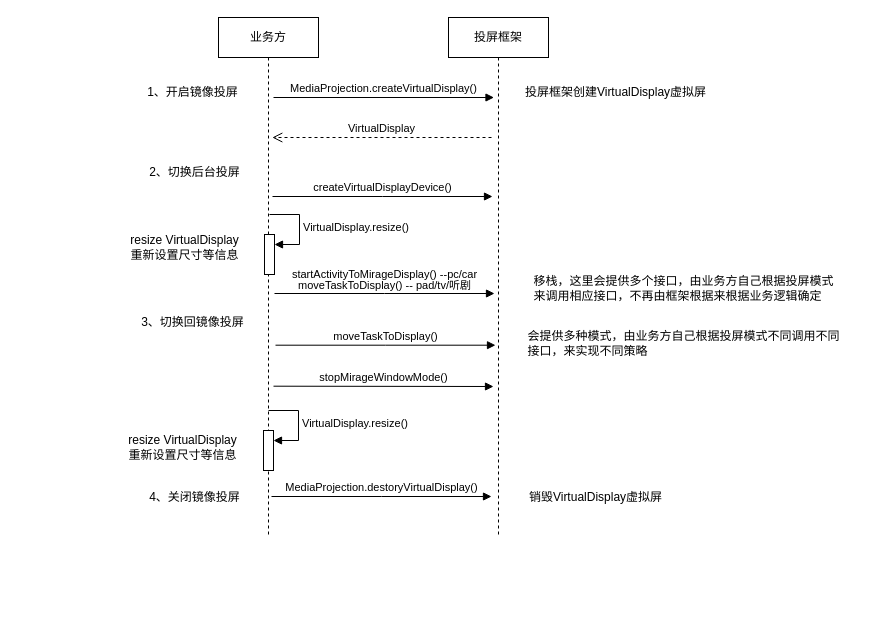
Above: 新投屏方案交互图.drawio in jcj123/- (draw.io), before the change. Source tidied: cells renumbered, new cells numbered last; positions are measured from the earlier drawing's top-left corner, leaving out a move shared by most shapes. Both pictures are drawn from the tidied source at 100%, with x=0, y=0 at pixel (117, 17).
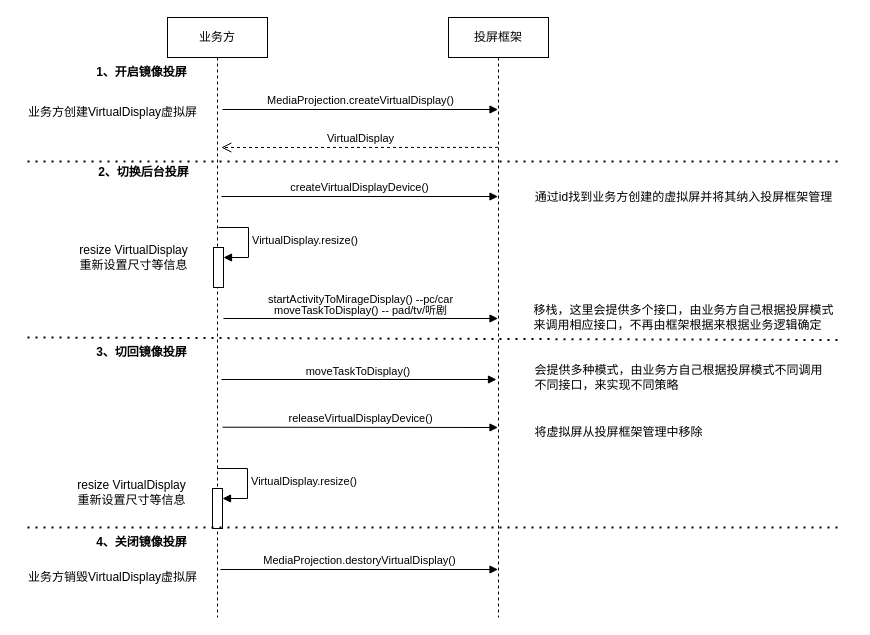
The same page after the edit.

Commit message:
更新新投屏方案交互图.drawio

Diff of the diagram source:
```diff
@@
     <mxCell id="2" value="业务方" style="shape=umlLifeline;perimeter=lifelinePerimeter;whiteSpace=wrap;html=1;newEdgeStyle={&quot;edgeStyle&quot;:&quot;elbowEdgeStyle&quot;,&quot;elbow&quot;:&quot;vertical&quot;,&quot;curved&quot;:0,&quot;rounded&quot;:0};" parent="1" vertex="1">
-      <mxGeometry x="101" width="100" height="520" as="geometry" />
+      <mxGeometry x="50" width="100" height="600" as="geometry" />
     </mxCell>
     <mxCell id="3" style="html=1;points=[];perimeter=orthogonalPerimeter;outlineConnect=0;targetShapes=umlLifeline;portConstraint=eastwest;newEdgeStyle={&quot;edgeStyle&quot;:&quot;elbowEdgeStyle&quot;,&quot;elbow&quot;:&quot;vertical&quot;,&quot;curved&quot;:0,&quot;rounded&quot;:0};" parent="2" vertex="1">
-      <mxGeometry x="46" y="217" width="10" height="40" as="geometry" />
+      <mxGeometry x="46" y="230" width="10" height="40" as="geometry" />
     </mxCell>
     <mxCell id="4" value="VirtualDisplay.resize()" style="html=1;align=left;spacingLeft=2;endArrow=block;rounded=0;edgeStyle=orthogonalEdgeStyle;curved=0;rounded=0;" parent="2" edge="1" target="3">
       <mxGeometry relative="1" as="geometry">
-        <mxPoint x="51" y="197" as="sourcePoint" />
+        <mxPoint x="51" y="210" as="sourcePoint" />
         <Array as="points">
-          <mxPoint x="81" y="227" />
+          <mxPoint x="81" y="240" />
         </Array>
       </mxGeometry>
     </mxCell>
     <mxCell id="5" style="html=1;points=[];perimeter=orthogonalPerimeter;outlineConnect=0;targetShapes=umlLifeline;portConstraint=eastwest;newEdgeStyle={&quot;edgeStyle&quot;:&quot;elbowEdgeStyle&quot;,&quot;elbow&quot;:&quot;vertical&quot;,&quot;curved&quot;:0,&quot;rounded&quot;:0};" parent="2" vertex="1">
-      <mxGeometry x="45" y="413" width="10" height="40" as="geometry" />
+      <mxGeometry x="45" y="471" width="10" height="40" as="geometry" />
     </mxCell>
     <mxCell id="6" value="VirtualDisplay.resize()" style="html=1;align=left;spacingLeft=2;endArrow=block;rounded=0;edgeStyle=orthogonalEdgeStyle;curved=0;rounded=0;" parent="2" edge="1" target="5">
       <mxGeometry relative="1" as="geometry">
-        <mxPoint x="50" y="393" as="sourcePoint" />
+        <mxPoint x="50" y="451" as="sourcePoint" />
         <Array as="points">
-          <mxPoint x="80" y="423" />
+          <mxPoint x="80" y="481" />
         </Array>
       </mxGeometry>
     </mxCell>
     <mxCell id="7" value="投屏框架" style="shape=umlLifeline;perimeter=lifelinePerimeter;whiteSpace=wrap;html=1;outlineConnect=0;portConstraint=eastwest;newEdgeStyle={&quot;edgeStyle&quot;:&quot;elbowEdgeStyle&quot;,&quot;elbow&quot;:&quot;vertical&quot;,&quot;curved&quot;:0,&quot;rounded&quot;:0};" parent="1" vertex="1">
-      <mxGeometry x="331" width="100" height="520" as="geometry" />
+      <mxGeometry x="331" width="100" height="600" as="geometry" />
     </mxCell>
-    <mxCell id="8" value="1、开启镜像投屏" style="text;html=1;align=center;verticalAlign=middle;strokeColor=none;fillColor=none;" parent="1" vertex="1">
-      <mxGeometry x="20" y="60" width="110" height="30" as="geometry" />
+    <mxCell id="8" value="&lt;b&gt;1、开启镜像投屏&lt;/b&gt;" style="text;html=1;align=center;verticalAlign=middle;strokeColor=none;fillColor=none;" parent="1" vertex="1">
+      <mxGeometry x="-31" y="40" width="110" height="30" as="geometry" />
     </mxCell>
     <mxCell id="9" value="MediaProjection.createVirtualDisplay()" style="html=1;verticalAlign=bottom;endArrow=block;edgeStyle=elbowEdgeStyle;elbow=vertical;curved=0;rounded=0;" parent="1" edge="1">
       <mxGeometry relative="1" as="geometry">
-        <mxPoint x="156" y="80" as="sourcePoint" />
-        <mxPoint x="376.5" y="79.8" as="targetPoint" />
+        <mxPoint x="105" y="92" as="sourcePoint" />
+        <mxPoint x="380.5" y="91.8" as="targetPoint" />
       </mxGeometry>
     </mxCell>
-    <mxCell id="10" value="投屏框架创建VirtualDisplay虚拟屏" style="text;html=1;align=center;verticalAlign=middle;strokeColor=none;fillColor=none;" parent="1" vertex="1">
-      <mxGeometry x="398" y="60" width="200" height="30" as="geometry" />
+    <mxCell id="10" value="业务方创建VirtualDisplay虚拟屏" style="text;html=1;align=center;verticalAlign=middle;strokeColor=none;fillColor=none;" parent="1" vertex="1">
+      <mxGeometry x="-100" y="80" width="190" height="30" as="geometry" />
     </mxCell>
     <mxCell id="11" value="VirtualDisplay" style="html=1;verticalAlign=bottom;endArrow=open;dashed=1;endSize=8;edgeStyle=elbowEdgeStyle;elbow=vertical;curved=0;rounded=0;" parent="1" edge="1">
       <mxGeometry relative="1" as="geometry">
-        <mxPoint x="374" y="120" as="sourcePoint" />
-        <mxPoint x="154.8" y="119.8" as="targetPoint" />
+        <mxPoint x="380.5" y="129.9" as="sourcePoint" />
+        <mxPoint x="103.8" y="129.8" as="targetPoint" />
       </mxGeometry>
     </mxCell>
-    <mxCell id="12" value="&lt;div style=&quot;line-height: 100%;&quot; class=&quot;ql-code-block ql-long-210036 ql-authorBlock-210036 ql-direction-ltr&quot;&gt;startActivityToMirageDisplay() --pc/car&lt;/div&gt;&lt;div style=&quot;line-height: 100%;&quot; class=&quot;ql-code-block ql-long-210036 ql-authorBlock-210036 ql-direction-ltr&quot;&gt;&lt;div style=&quot;line-height: 100%;&quot; class=&quot;ql-code-block ql-long-210036 ql-authorBlock-210036 ql-direction-ltr&quot;&gt;moveTaskToDisplay() -- pad/tv/听剧&lt;/div&gt;&lt;/div&gt;" style="html=1;verticalAlign=bottom;endArrow=block;edgeStyle=elbowEdgeStyle;elbow=vertical;curved=0;rounded=0;" parent="1" edge="1">
+    <mxCell id="12" value="&lt;div style=&quot;line-height: 100%;&quot; class=&quot;ql-code-block ql-long-210036 ql-authorBlock-210036 ql-direction-ltr&quot;&gt;startActivityToMirageDisplay() --pc/car&lt;/div&gt;&lt;div style=&quot;line-height: 100%;&quot; class=&quot;ql-code-block ql-long-210036 ql-authorBlock-210036 ql-direction-ltr&quot;&gt;&lt;div style=&quot;line-height: 100%;&quot; class=&quot;ql-code-block ql-long-210036 ql-authorBlock-210036 ql-direction-ltr&quot;&gt;moveTaskToDisplay() -- pad/tv/听剧&lt;/div&gt;&lt;/div&gt;" style="html=1;verticalAlign=bottom;endArrow=block;edgeStyle=elbowEdgeStyle;elbow=vertical;curved=0;rounded=0;" parent="1" edge="1" target="7">
       <mxGeometry relative="1" as="geometry">
-        <mxPoint x="157" y="276" as="sourcePoint" />
-        <mxPoint x="377" y="276" as="targetPoint" />
+        <mxPoint x="106" y="301" as="sourcePoint" />
       </mxGeometry>
     </mxCell>
-    <mxCell id="13" value="2、切换后台投屏" style="text;html=1;align=center;verticalAlign=middle;strokeColor=none;fillColor=none;" parent="1" vertex="1">
-      <mxGeometry x="22" y="140" width="110" height="30" as="geometry" />
+    <mxCell id="13" value="&lt;b&gt;2、切换后台投屏&lt;/b&gt;" style="text;html=1;align=center;verticalAlign=middle;strokeColor=none;fillColor=none;" parent="1" vertex="1">
+      <mxGeometry x="-29" y="140" width="110" height="30" as="geometry" />
     </mxCell>
     <mxCell id="14" value="&lt;div style=&quot;text-align: left;&quot;&gt;移栈，这里会提供多个接口，由业务方自己根据投屏模式&lt;/div&gt;&lt;div style=&quot;text-align: left;&quot;&gt;来调用相应接口，不再由框架根据来根据业务逻辑确定&lt;/div&gt;" style="text;html=1;align=center;verticalAlign=middle;points=[];strokeColor=none;fillColor=none;" parent="1" vertex="1">
-      <mxGeometry x="406" y="251" width="320" height="40" as="geometry" />
+      <mxGeometry x="406" y="280" width="320" height="40" as="geometry" />
     </mxCell>
-    <mxCell id="15" value="3、切换回镜像投屏" style="text;html=1;align=center;verticalAlign=middle;strokeColor=none;fillColor=none;" parent="1" vertex="1">
-      <mxGeometry x="10" y="290" width="130" height="30" as="geometry" />
+    <mxCell id="15" value="&lt;b&gt;3、切回镜像投屏&lt;/b&gt;" style="text;html=1;align=center;verticalAlign=middle;strokeColor=none;fillColor=none;" parent="1" vertex="1">
+      <mxGeometry x="-31" y="320" width="110" height="30" as="geometry" />
     </mxCell>
-    <mxCell id="16" value="moveTaskToDisplay()" style="html=1;verticalAlign=bottom;endArrow=block;edgeStyle=elbowEdgeStyle;elbow=horizontal;curved=0;rounded=0;" parent="1" edge="1">
-      <mxGeometry relative="1" as="geometry">
-        <mxPoint x="158" y="327.7" as="sourcePoint" />
-        <mxPoint x="378" y="327.7" as="targetPoint" />
-      </mxGeometry>
-    </mxCell>
-    <mxCell id="17" value="&lt;div style=&quot;text-align: left;&quot;&gt;会提供多种模式，由业务方自己根据投屏模式不同调用不同&lt;/div&gt;&lt;div style=&quot;text-align: left;&quot;&gt;接口，来实现不同策略&lt;/div&gt;" style="text;html=1;align=center;verticalAlign=middle;strokeColor=none;fillColor=none;" parent="1" vertex="1">
-      <mxGeometry x="396" y="306" width="340" height="40" as="geometry" />
+    <mxCell id="17" value="&lt;div style=&quot;text-align: left;&quot;&gt;会提供多种模式，由业务方自己根据投屏模式不同调用&lt;/div&gt;&lt;div style=&quot;text-align: left;&quot;&gt;不同&lt;span style=&quot;background-color: initial;&quot;&gt;接口，来实现不同策略&lt;/span&gt;&lt;/div&gt;" style="text;html=1;align=center;verticalAlign=middle;strokeColor=none;fillColor=none;" parent="1" vertex="1">
+      <mxGeometry x="406" y="340" width="310" height="40" as="geometry" />
     </mxCell>
     <mxCell id="18" value="resize VirtualDisplay&lt;br&gt;重新设置尺寸等信息" style="text;html=1;align=center;verticalAlign=middle;strokeColor=none;fillColor=none;" parent="1" vertex="1">
-      <mxGeometry x="2" y="210" width="130" height="40" as="geometry" />
+      <mxGeometry x="-49" y="220" width="130" height="40" as="geometry" />
     </mxCell>
-    <mxCell id="19" value="4、关闭镜像投屏" style="text;html=1;align=center;verticalAlign=middle;strokeColor=none;fillColor=none;" parent="1" vertex="1">
-      <mxGeometry x="22" y="465" width="110" height="30" as="geometry" />
+    <mxCell id="19" value="&lt;b&gt;4、关闭镜像投屏&lt;/b&gt;" style="text;html=1;align=center;verticalAlign=middle;strokeColor=none;fillColor=none;" parent="1" vertex="1">
+      <mxGeometry x="-31" y="510" width="110" height="30" as="geometry" />
     </mxCell>
     <mxCell id="20" value="MediaProjection.destoryVirtualDisplay()" style="html=1;verticalAlign=bottom;endArrow=block;edgeStyle=elbowEdgeStyle;elbow=vertical;curved=0;rounded=0;" parent="1" edge="1">
       <mxGeometry relative="1" as="geometry">
-        <mxPoint x="154" y="479" as="sourcePoint" />
-        <mxPoint x="374" y="479" as="targetPoint" />
+        <mxPoint x="103" y="552" as="sourcePoint" />
+        <mxPoint x="380.5" y="551.9" as="targetPoint" />
       </mxGeometry>
     </mxCell>
     <mxCell id="21" value="resize VirtualDisplay&lt;br&gt;重新设置尺寸等信息" style="text;html=1;align=center;verticalAlign=middle;strokeColor=none;fillColor=none;" parent="1" vertex="1">
-      <mxGeometry y="410" width="130" height="40" as="geometry" />
+      <mxGeometry x="-51" y="455" width="130" height="40" as="geometry" />
     </mxCell>
-    <mxCell id="22" value="销毁VirtualDisplay虚拟屏" style="text;html=1;align=center;verticalAlign=middle;strokeColor=none;fillColor=none;" parent="1" vertex="1">
-      <mxGeometry x="398" y="465" width="160" height="30" as="geometry" />
+    <mxCell id="22" value="业务方销毁VirtualDisplay虚拟屏" style="text;html=1;align=center;verticalAlign=middle;strokeColor=none;fillColor=none;" parent="1" vertex="1">
+      <mxGeometry x="-100" y="545" width="190" height="30" as="geometry" />
     </mxCell>
-    <mxCell id="23" value="stopMirageWindowMode()" style="html=1;verticalAlign=bottom;endArrow=block;edgeStyle=elbowEdgeStyle;elbow=vertical;curved=0;rounded=0;" parent="1" edge="1">
+    <mxCell id="23" value="releaseVirtualDisplayDevice()" style="html=1;verticalAlign=bottom;endArrow=block;edgeStyle=elbowEdgeStyle;elbow=vertical;curved=0;rounded=0;" parent="1" edge="1" target="7">
       <mxGeometry relative="1" as="geometry">
-        <mxPoint x="156" y="368.7" as="sourcePoint" />
-        <mxPoint x="376" y="368.7" as="targetPoint" />
+        <mxPoint x="105" y="409.7" as="sourcePoint" />
       </mxGeometry>
     </mxCell>
-    <mxCell id="24" value="createVirtualDisplayDevice()" style="html=1;verticalAlign=bottom;endArrow=block;edgeStyle=elbowEdgeStyle;elbow=vertical;curved=0;rounded=0;" parent="1" edge="1">
+    <mxCell id="24" value="createVirtualDisplayDevice()" style="html=1;verticalAlign=bottom;endArrow=block;edgeStyle=elbowEdgeStyle;elbow=vertical;curved=0;rounded=0;" parent="1" edge="1" target="7">
       <mxGeometry relative="1" as="geometry">
-        <mxPoint x="155" y="179" as="sourcePoint" />
-        <mxPoint x="375" y="179" as="targetPoint" />
+        <mxPoint x="104" y="179" as="sourcePoint" />
       </mxGeometry>
     </mxCell>
+    <mxCell id="16" value="&lt;div style=&quot;line-height: 100%;&quot; class=&quot;ql-code-block ql-long-210036 ql-authorBlock-210036 ql-direction-ltr&quot;&gt;moveTaskToDisplay()&amp;nbsp;&lt;br&gt;&lt;/div&gt;" style="html=1;verticalAlign=bottom;endArrow=block;edgeStyle=elbowEdgeStyle;elbow=vertical;curved=0;rounded=0;" parent="1" edge="1">
+      <mxGeometry relative="1" as="geometry">
+        <mxPoint x="104" y="362" as="sourcePoint" />
+        <mxPoint x="379" y="362" as="targetPoint" />
+      </mxGeometry>
+    </mxCell>
+    <mxCell id="25" value="&lt;div style=&quot;text-align: left;&quot;&gt;通过id找到业务方创建的虚拟屏并将其纳入投屏框架管理&lt;/div&gt;" style="text;html=1;align=center;verticalAlign=middle;strokeColor=none;fillColor=none;" parent="1" vertex="1">
+      <mxGeometry x="406" y="165" width="320" height="30" as="geometry" />
+    </mxCell>
+    <mxCell id="26" value="&lt;div style=&quot;text-align: left;&quot;&gt;将虚拟屏从投屏框架管理中移除&lt;/div&gt;" style="text;html=1;align=center;verticalAlign=middle;strokeColor=none;fillColor=none;" parent="1" vertex="1">
+      <mxGeometry x="406" y="400" width="190" height="30" as="geometry" />
+    </mxCell>
+    <mxCell id="27" style="endArrow=none;dashed=1;html=1;dashPattern=1 3;strokeWidth=2;rounded=0;" parent="1" edge="1">
+      <mxGeometry relative="1" as="geometry">
+        <mxPoint x="-90" y="144" as="sourcePoint" />
+        <mxPoint x="720" y="144" as="targetPoint" />
+      </mxGeometry>
+    </mxCell>
+    <mxCell id="28" style="endArrow=none;dashed=1;html=1;dashPattern=1 3;strokeWidth=2;rounded=0;entryX=0.982;entryY=1.063;entryDx=0;entryDy=0;entryPerimeter=0;" parent="1" edge="1" target="14">
+      <mxGeometry relative="1" as="geometry">
+        <mxPoint x="-90" y="320" as="sourcePoint" />
+      </mxGeometry>
+    </mxCell>
+    <mxCell id="29" style="endArrow=none;dashed=1;html=1;dashPattern=1 3;strokeWidth=2;rounded=0;" parent="1" edge="1">
+      <mxGeometry relative="1" as="geometry">
+        <mxPoint x="-90" y="510" as="sourcePoint" />
+        <mxPoint x="720" y="510" as="targetPoint" />
+      </mxGeometry>
+    </mxCell>
```
